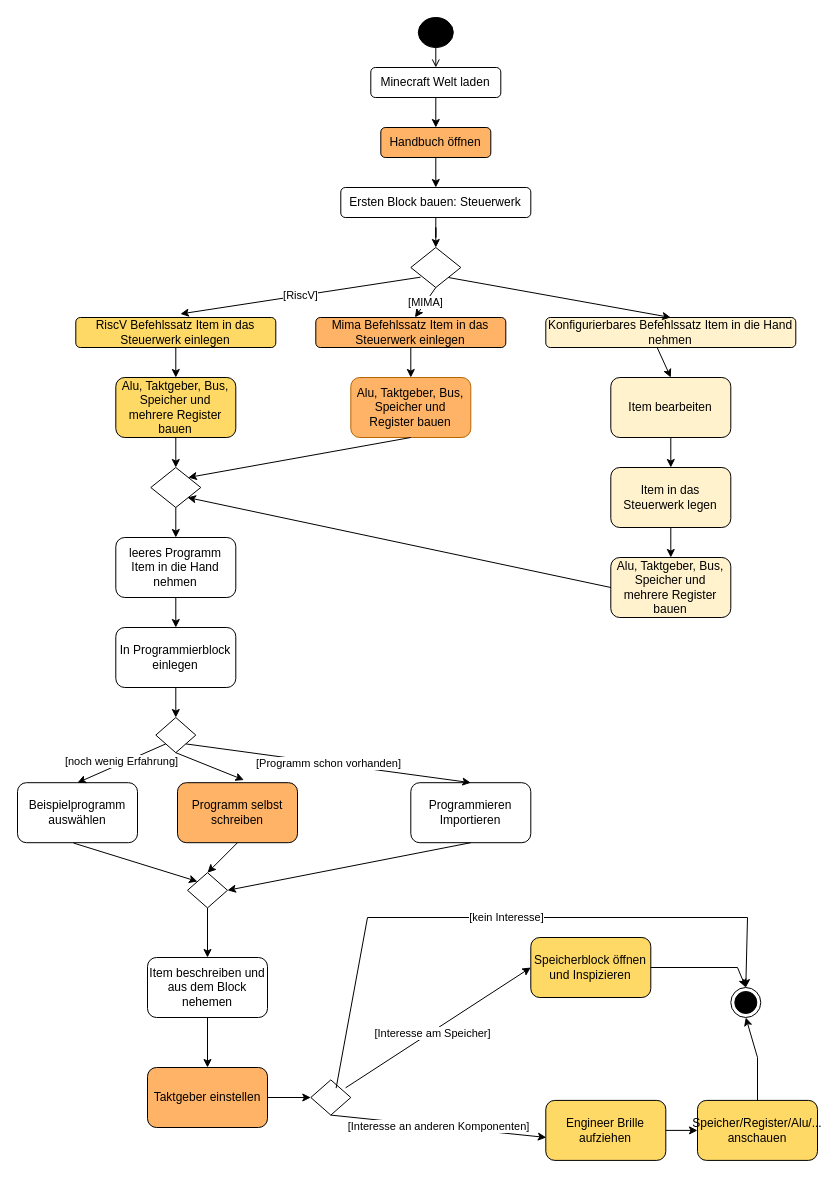
Before: Aktivität.drawio in LundiNord/RISCJ-Diagramms, a draw.io diagram. Source tidied: cells renumbered, new cells numbered last; positions are measured from the earlier drawing's top-left corner, leaving out a move shared by most shapes. Both pictures are drawn from the tidied source at 100%, with x=0, y=0 at pixel (17, 17).
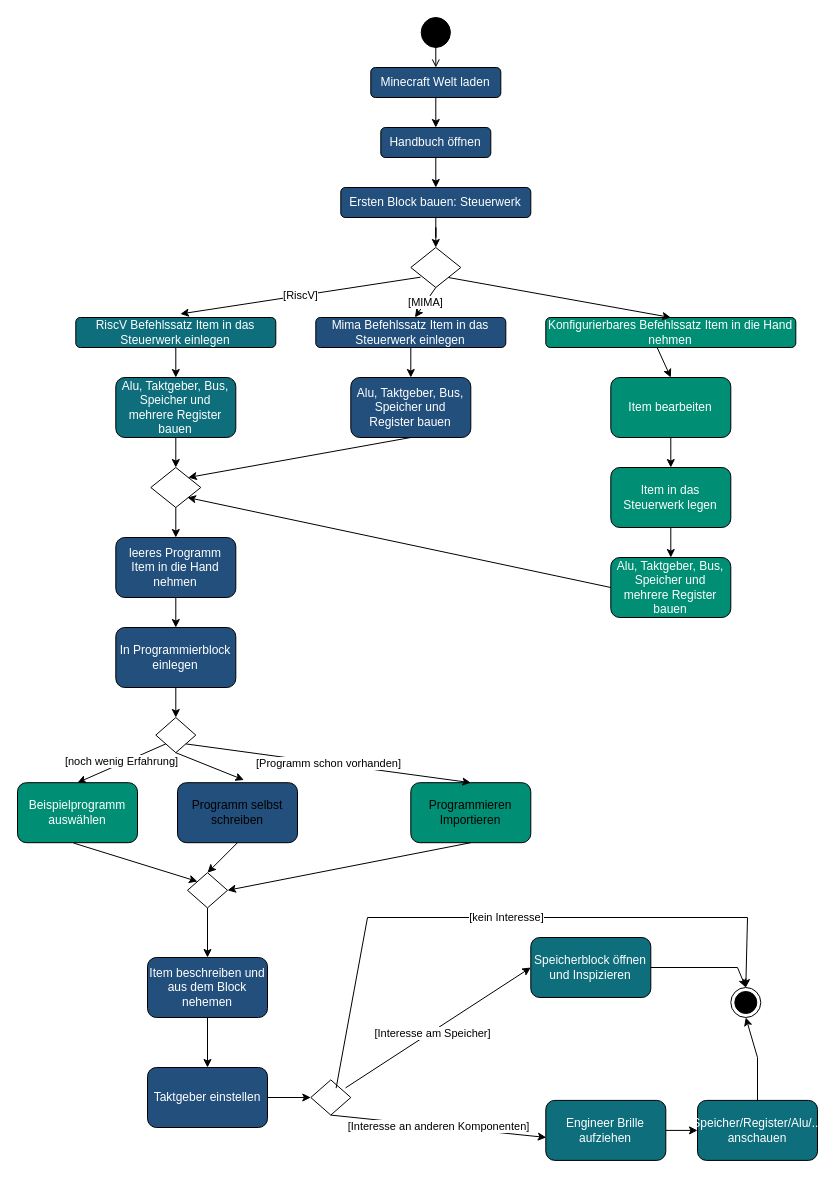
Above is the later version.

Commit message:
neue Farben

Unchanged cells that the change refers to:
```xml
<mxCell id="13" style="rhombus;whiteSpace=wrap;html=1;portConstraintRotation=1;" parent="1" vertex="1">
  <mxGeometry x="393.3" y="230" width="50" height="40" as="geometry" />
</mxCell>
```

Change to the diagram source:
```diff
@@
     <mxCell id="3" style="ellipse;fillColor=strokeColor;html=1;" parent="1" vertex="1">
-      <mxGeometry x="400.8" width="35" height="30" as="geometry" />
+      <mxGeometry x="403.7" width="29.2" height="30" as="geometry" />
     </mxCell>
-    <mxCell id="4" value="Minecraft Welt laden" style="rounded=1;whiteSpace=wrap;html=1;" parent="1" vertex="1">
+    <mxCell id="4" value="Minecraft Welt laden" style="rounded=1;whiteSpace=wrap;html=1;fillColor=#234F7C;fontColor=#FFFFFF;" parent="1" vertex="1">
       <mxGeometry x="353.3" y="50" width="130" height="30" as="geometry" />
     </mxCell>
-    <mxCell id="5" value="Handbuch öffnen" style="rounded=1;whiteSpace=wrap;html=1;fillColor=#FFB366;" parent="1" vertex="1">
+    <mxCell id="5" value="Handbuch öffnen" style="rounded=1;whiteSpace=wrap;html=1;fillColor=#234F7C;fontColor=#FFFFFF;" parent="1" vertex="1">
       <mxGeometry x="363.3" y="110" width="110" height="30" as="geometry" />
     </mxCell>
-    <mxCell id="6" style="endArrow=classic;html=1;rounded=0;entryX=0.5;entryY=0;entryDx=0;entryDy=0;exitX=0.5;exitY=1;exitDx=0;exitDy=0;noEdgeStyle=1;orthogonal=1;" parent="1" edge="1" source="4" target="5">
+    <mxCell id="6" style="endArrow=classic;html=1;rounded=0;entryX=0.5;entryY=0;entryDx=0;entryDy=0;exitX=0.5;exitY=1;exitDx=0;exitDy=0;noEdgeStyle=1;orthogonal=1;fontColor=#FFFFFF;" parent="1" edge="1" source="4" target="5">
       <mxGeometry relative="1" as="geometry" />
     </mxCell>
@@
-    <mxCell id="8" value="Ersten Block bauen: Steuerwerk" style="rounded=1;whiteSpace=wrap;html=1;" parent="1" vertex="1">
+    <mxCell id="8" value="Ersten Block bauen: Steuerwerk" style="rounded=1;whiteSpace=wrap;html=1;fillColor=#234F7C;fontColor=#FFFFFF;" parent="1" vertex="1">
       <mxGeometry x="323.3" y="170" width="190" height="30" as="geometry" />
     </mxCell>
-    <mxCell id="9" style="edgeStyle=none;jettySize=auto;html=1;rounded=0;exitX=0.5;exitY=1;exitDx=0;exitDy=0;entryX=0.5;entryY=0;entryDx=0;entryDy=0;noEdgeStyle=1;orthogonal=1;" parent="1" edge="1" source="5" target="8">
+    <mxCell id="9" style="edgeStyle=none;jettySize=auto;html=1;rounded=0;exitX=0.5;exitY=1;exitDx=0;exitDy=0;entryX=0.5;entryY=0;entryDx=0;entryDy=0;noEdgeStyle=1;orthogonal=1;fontColor=#FFFFFF;" parent="1" edge="1" source="5" target="8">
       <mxGeometry relative="1" as="geometry" />
     </mxCell>
-    <mxCell id="10" value="Mima Befehlssatz Item in das Steuerwerk einlegen" style="rounded=1;whiteSpace=wrap;html=1;fillColor=#FFB366;" parent="1" vertex="1">
+    <mxCell id="10" value="Mima Befehlssatz Item in das Steuerwerk einlegen" style="rounded=1;whiteSpace=wrap;html=1;fillColor=#234F7C;fontColor=#FFFFFF;" parent="1" vertex="1">
       <mxGeometry x="298.3" y="300" width="190" height="30" as="geometry" />
     </mxCell>
-    <mxCell id="11" value="RiscV Befehlssatz Item in das Steuerwerk einlegen" style="rounded=1;whiteSpace=wrap;html=1;fillColor=#FFD966;" parent="1" vertex="1">
+    <mxCell id="11" value="RiscV Befehlssatz Item in das Steuerwerk einlegen" style="rounded=1;whiteSpace=wrap;html=1;fillColor=#0E6E7C;fontColor=#FFFFFF;" parent="1" vertex="1">
       <mxGeometry x="58.3" y="300" width="200" height="30" as="geometry" />
     </mxCell>
-    <mxCell id="12" value="Konfigurierbares Befehlssatz Item in die Hand nehmen" style="rounded=1;whiteSpace=wrap;html=1;fillColor=#FFF2CC;" parent="1" vertex="1">
+    <mxCell id="12" value="Konfigurierbares Befehlssatz Item in die Hand nehmen" style="rounded=1;whiteSpace=wrap;html=1;fillColor=#008e74;fontColor=#FFFFFF;" parent="1" vertex="1">
       <mxGeometry x="528.3" y="300" width="250" height="30" as="geometry" />
     </mxCell>
@@
-    <mxCell id="14" value="[MIMA]" style="edgeStyle=none;jettySize=auto;html=1;rounded=0;exitX=0.5;exitY=1;exitDx=0;exitDy=0;entryX=0.522;entryY=-0.005;entryDx=0;entryDy=0;noEdgeStyle=1;orthogonal=1;entryPerimeter=0;" parent="1" edge="1" source="13" target="10">
+    <mxCell id="14" value="[MIMA]" style="edgeStyle=none;jettySize=auto;html=1;rounded=0;exitX=0.5;exitY=1;exitDx=0;exitDy=0;entryX=0.522;entryY=-0.005;entryDx=0;entryDy=0;noEdgeStyle=1;orthogonal=1;entryPerimeter=0;fontColor=#000000;" parent="1" edge="1" source="13" target="10">
       <mxGeometry relative="1" as="geometry" />
     </mxCell>
@@
-    <mxCell id="16" value="Alu, Taktgeber, Bus, Speicher und Register bauen" style="rounded=1;whiteSpace=wrap;html=1;fillColor=#FFB366;strokeColor=#b46504;" parent="1" vertex="1">
+    <mxCell id="16" value="Alu, Taktgeber, Bus, Speicher und Register bauen" style="rounded=1;whiteSpace=wrap;html=1;fillColor=#234F7C;strokeColor=#000000;fontColor=#FFFFFF;" parent="1" vertex="1">
       <mxGeometry x="333.3" y="360" width="120" height="60" as="geometry" />
     </mxCell>
-    <mxCell id="17" style="edgeStyle=none;jettySize=auto;html=1;rounded=0;exitX=0.5;exitY=1;exitDx=0;exitDy=0;entryX=0.5;entryY=0;entryDx=0;entryDy=0;noEdgeStyle=1;orthogonal=1;" parent="1" edge="1" source="10" target="16">
+    <mxCell id="17" style="edgeStyle=none;jettySize=auto;html=1;rounded=0;exitX=0.5;exitY=1;exitDx=0;exitDy=0;entryX=0.5;entryY=0;entryDx=0;entryDy=0;noEdgeStyle=1;orthogonal=1;fontColor=#FFFFFF;" parent="1" edge="1" source="10" target="16">
       <mxGeometry relative="1" as="geometry" />
     </mxCell>
-    <mxCell id="18" value="Alu, Taktgeber, Bus, Speicher und mehrere Register bauen" style="rounded=1;whiteSpace=wrap;html=1;fillColor=#FFD966;" parent="1" vertex="1">
+    <mxCell id="18" value="Alu, Taktgeber, Bus, Speicher und mehrere Register bauen" style="rounded=1;whiteSpace=wrap;html=1;fillColor=#0E6E7C;fontColor=#FFFFFF;" parent="1" vertex="1">
       <mxGeometry x="98.3" y="360" width="120" height="60" as="geometry" />
     </mxCell>
-    <mxCell id="19" style="edgeStyle=none;jettySize=auto;html=1;rounded=0;exitX=0.5;exitY=1;exitDx=0;exitDy=0;entryX=0.5;entryY=0;entryDx=0;entryDy=0;noEdgeStyle=1;orthogonal=1;" parent="1" edge="1" source="11" target="18">
+    <mxCell id="19" style="edgeStyle=none;jettySize=auto;html=1;rounded=0;exitX=0.5;exitY=1;exitDx=0;exitDy=0;entryX=0.5;entryY=0;entryDx=0;entryDy=0;noEdgeStyle=1;orthogonal=1;fontColor=#FFFFFF;" parent="1" edge="1" source="11" target="18">
       <mxGeometry relative="1" as="geometry" />
     </mxCell>
-    <mxCell id="20" value="Alu, Taktgeber, Bus, Speicher und mehrere Register bauen" style="rounded=1;whiteSpace=wrap;html=1;fillColor=#FFF2CC;" parent="1" vertex="1">
+    <mxCell id="20" value="Alu, Taktgeber, Bus, Speicher und mehrere Register bauen" style="rounded=1;whiteSpace=wrap;html=1;fillColor=#008E74;fontColor=#FFFFFF;" parent="1" vertex="1">
       <mxGeometry x="593.3" y="540" width="120" height="60" as="geometry" />
     </mxCell>
-    <mxCell id="21" style="rhombus;whiteSpace=wrap;html=1;double=0;portConstraintRotation=1;" parent="1" vertex="1">
+    <mxCell id="21" style="rhombus;whiteSpace=wrap;html=1;double=0;portConstraintRotation=1;fontColor=#FFFFFF;" parent="1" vertex="1">
       <mxGeometry x="133.3" y="450" width="50" height="40" as="geometry" />
     </mxCell>
-    <mxCell id="22" style="edgeStyle=none;jettySize=auto;html=1;rounded=0;exitX=0;exitY=0.5;exitDx=0;exitDy=0;noEdgeStyle=1;orthogonal=1;" parent="1" edge="1" source="20">
+    <mxCell id="22" style="edgeStyle=none;jettySize=auto;html=1;rounded=0;exitX=0;exitY=0.5;exitDx=0;exitDy=0;noEdgeStyle=1;orthogonal=1;fontColor=#FFFFFF;" parent="1" edge="1" source="20">
       <mxGeometry relative="1" as="geometry">
         <mxPoint x="170" y="480" as="targetPoint" />
       </mxGeometry>
     </mxCell>
-    <mxCell id="23" style="edgeStyle=none;jettySize=auto;html=1;rounded=0;exitX=0.446;exitY=1.011;exitDx=0;exitDy=0;exitPerimeter=0;entryX=0.5;entryY=0;entryDx=0;entryDy=0;noEdgeStyle=1;orthogonal=1;" parent="1" edge="1" source="12" target="28">
+    <mxCell id="23" style="edgeStyle=none;jettySize=auto;html=1;rounded=0;exitX=0.446;exitY=1.011;exitDx=0;exitDy=0;exitPerimeter=0;entryX=0.5;entryY=0;entryDx=0;entryDy=0;noEdgeStyle=1;orthogonal=1;fontColor=#FFFFFF;" parent="1" edge="1" source="12" target="28">
       <mxGeometry relative="1" as="geometry" />
     </mxCell>
-    <mxCell id="24" style="edgeStyle=none;jettySize=auto;html=1;rounded=0;exitX=0.5;exitY=1;exitDx=0;exitDy=0;entryX=1;entryY=0;entryDx=0;entryDy=0;noEdgeStyle=1;orthogonal=1;" parent="1" edge="1" source="16" target="21">
+    <mxCell id="24" style="edgeStyle=none;jettySize=auto;html=1;rounded=0;exitX=0.5;exitY=1;exitDx=0;exitDy=0;entryX=1;entryY=0;entryDx=0;entryDy=0;noEdgeStyle=1;orthogonal=1;fontColor=#FFFFFF;" parent="1" edge="1" source="16" target="21">
       <mxGeometry relative="1" as="geometry" />
     </mxCell>
-    <mxCell id="25" style="edgeStyle=none;jettySize=auto;html=1;rounded=0;exitX=0.5;exitY=1;exitDx=0;exitDy=0;entryX=0.5;entryY=0;entryDx=0;entryDy=0;noEdgeStyle=1;orthogonal=1;" parent="1" edge="1" source="18" target="21">
+    <mxCell id="25" style="edgeStyle=none;jettySize=auto;html=1;rounded=0;exitX=0.5;exitY=1;exitDx=0;exitDy=0;entryX=0.5;entryY=0;entryDx=0;entryDy=0;noEdgeStyle=1;orthogonal=1;fontColor=#FFFFFF;" parent="1" edge="1" source="18" target="21">
       <mxGeometry relative="1" as="geometry" />
     </mxCell>
-    <mxCell id="26" value="leeres Programm Item in die Hand nehmen" style="rounded=1;whiteSpace=wrap;html=1;" parent="1" vertex="1">
+    <mxCell id="26" value="leeres Programm Item in die Hand nehmen" style="rounded=1;whiteSpace=wrap;html=1;fontColor=#FFFFFF;fillColor=#234F7C;" parent="1" vertex="1">
       <mxGeometry x="98.3" y="520" width="120" height="60" as="geometry" />
     </mxCell>
-    <mxCell id="27" style="edgeStyle=none;jettySize=auto;html=1;rounded=0;entryX=0.5;entryY=0;entryDx=0;entryDy=0;exitX=0.5;exitY=1;exitDx=0;exitDy=0;noEdgeStyle=1;orthogonal=1;" parent="1" edge="1" source="21" target="26">
+    <mxCell id="27" style="edgeStyle=none;jettySize=auto;html=1;rounded=0;entryX=0.5;entryY=0;entryDx=0;entryDy=0;exitX=0.5;exitY=1;exitDx=0;exitDy=0;noEdgeStyle=1;orthogonal=1;fontColor=#FFFFFF;" parent="1" edge="1" source="21" target="26">
       <mxGeometry relative="1" as="geometry" />
     </mxCell>
-    <mxCell id="28" value="Item bearbeiten" style="rounded=1;whiteSpace=wrap;html=1;fillColor=#FFF2CC;" parent="1" vertex="1">
+    <mxCell id="28" value="Item bearbeiten" style="rounded=1;whiteSpace=wrap;html=1;fillColor=#008E74;fontColor=#FFFFFF;" parent="1" vertex="1">
       <mxGeometry x="593.3" y="360" width="120" height="60" as="geometry" />
     </mxCell>
-    <mxCell id="29" value="Item in das Steuerwerk legen" style="rounded=1;whiteSpace=wrap;html=1;fillColor=#FFF2CC;" parent="1" vertex="1">
+    <mxCell id="29" value="Item in das Steuerwerk legen" style="rounded=1;whiteSpace=wrap;html=1;fillColor=#008E74;fontColor=#FFFFFF;" parent="1" vertex="1">
       <mxGeometry x="593.3" y="450" width="120" height="60" as="geometry" />
     </mxCell>
-    <mxCell id="30" style="edgeStyle=none;jettySize=auto;html=1;rounded=0;exitX=0.5;exitY=1;exitDx=0;exitDy=0;entryX=0.5;entryY=0;entryDx=0;entryDy=0;noEdgeStyle=1;orthogonal=1;" parent="1" edge="1" source="28" target="29">
+    <mxCell id="30" style="edgeStyle=none;jettySize=auto;html=1;rounded=0;exitX=0.5;exitY=1;exitDx=0;exitDy=0;entryX=0.5;entryY=0;entryDx=0;entryDy=0;noEdgeStyle=1;orthogonal=1;fontColor=#FFFFFF;" parent="1" edge="1" source="28" target="29">
       <mxGeometry relative="1" as="geometry" />
     </mxCell>
-    <mxCell id="31" style="edgeStyle=none;jettySize=auto;html=1;rounded=0;exitX=0.5;exitY=1;exitDx=0;exitDy=0;entryX=0.5;entryY=0;entryDx=0;entryDy=0;noEdgeStyle=1;orthogonal=1;" parent="1" edge="1" source="29" target="20">
+    <mxCell id="31" style="edgeStyle=none;jettySize=auto;html=1;rounded=0;exitX=0.5;exitY=1;exitDx=0;exitDy=0;entryX=0.5;entryY=0;entryDx=0;entryDy=0;noEdgeStyle=1;orthogonal=1;fontColor=#FFFFFF;" parent="1" edge="1" source="29" target="20">
       <mxGeometry relative="1" as="geometry" />
     </mxCell>
-    <mxCell id="32" value="In Programmierblock einlegen" style="rounded=1;whiteSpace=wrap;html=1;" parent="1" vertex="1">
+    <mxCell id="32" value="In Programmierblock einlegen" style="rounded=1;whiteSpace=wrap;html=1;fillColor=#234F7C;fontColor=#FFFFFF;" parent="1" vertex="1">
       <mxGeometry x="98.3" y="610" width="120" height="60" as="geometry" />
     </mxCell>
-    <mxCell id="33" style="edgeStyle=none;jettySize=auto;html=1;rounded=0;exitX=0.5;exitY=1;exitDx=0;exitDy=0;noEdgeStyle=1;orthogonal=1;" parent="1" edge="1" source="26" target="32">
+    <mxCell id="33" style="edgeStyle=none;jettySize=auto;html=1;rounded=0;exitX=0.5;exitY=1;exitDx=0;exitDy=0;noEdgeStyle=1;orthogonal=1;fontColor=#FFFFFF;" parent="1" edge="1" source="26" target="32">
       <mxGeometry relative="1" as="geometry" />
     </mxCell>
-    <mxCell id="34" value="Beispielprogramm auswählen" style="rounded=1;whiteSpace=wrap;html=1;" parent="1" vertex="1">
+    <mxCell id="34" value="Beispielprogramm auswählen" style="rounded=1;whiteSpace=wrap;html=1;fontColor=#FFFFFF;fillColor=#008E74;" parent="1" vertex="1">
       <mxGeometry y="765.2" width="120" height="60" as="geometry" />
     </mxCell>
@@
-    <mxCell id="37" value="Programm selbst schreiben" style="rounded=1;whiteSpace=wrap;html=1;fillColor=#FFB366;" parent="1" vertex="1">
+    <mxCell id="37" value="Programm selbst schreiben" style="rounded=1;whiteSpace=wrap;html=1;fillColor=#234F7C;" parent="1" vertex="1">
       <mxGeometry x="160" y="765.2" width="120" height="60" as="geometry" />
     </mxCell>
@@
-    <mxCell id="41" value="Programmieren Importieren" style="rounded=1;whiteSpace=wrap;html=1;" parent="1" vertex="1">
+    <mxCell id="41" value="Programmieren Importieren" style="rounded=1;whiteSpace=wrap;html=1;fillColor=#008E74;" parent="1" vertex="1">
       <mxGeometry x="393.3" y="765.2" width="120" height="60" as="geometry" />
     </mxCell>
@@
-    <mxCell id="48" value="Item beschreiben und aus dem Block nehemen" style="rounded=1;whiteSpace=wrap;html=1;" parent="1" vertex="1">
+    <mxCell id="48" value="Item beschreiben und aus dem Block nehemen" style="rounded=1;whiteSpace=wrap;html=1;fillColor=#234F7C;fontColor=#FFFFFF;" parent="1" vertex="1">
       <mxGeometry x="130" y="940" width="120" height="60" as="geometry" />
     </mxCell>
@@
-    <mxCell id="50" value="Taktgeber einstellen" style="rounded=1;whiteSpace=wrap;html=1;fillColor=#FFB366;" parent="1" vertex="1">
+    <mxCell id="50" value="Taktgeber einstellen" style="rounded=1;whiteSpace=wrap;html=1;fillColor=#234F7C;fontColor=#FFFFFF;" parent="1" vertex="1">
       <mxGeometry x="130" y="1050" width="120" height="60" as="geometry" />
     </mxCell>
-    <mxCell id="51" style="edgeStyle=none;jettySize=auto;html=1;rounded=0;exitX=0.5;exitY=1;exitDx=0;exitDy=0;entryX=0.5;entryY=0;entryDx=0;entryDy=0;noEdgeStyle=1;orthogonal=1;" parent="1" edge="1" source="48" target="50">
+    <mxCell id="51" style="edgeStyle=none;jettySize=auto;html=1;rounded=0;exitX=0.5;exitY=1;exitDx=0;exitDy=0;entryX=0.5;entryY=0;entryDx=0;entryDy=0;noEdgeStyle=1;orthogonal=1;fontColor=#FFFFFF;" parent="1" edge="1" source="48" target="50">
       <mxGeometry relative="1" as="geometry" />
     </mxCell>
@@
-    <mxCell id="54" value="Speicherblock öffnen und Inspizieren" style="rounded=1;whiteSpace=wrap;html=1;fillColor=#FFD966;" parent="1" vertex="1">
+    <mxCell id="54" value="Speicherblock öffnen und Inspizieren" style="rounded=1;whiteSpace=wrap;html=1;fillColor=#0E6E7C;fontColor=#FFFFFF;" parent="1" vertex="1">
       <mxGeometry x="513.3" y="920" width="120" height="60" as="geometry" />
     </mxCell>
@@
-    <mxCell id="57" value="Engineer Brille aufziehen" style="rounded=1;whiteSpace=wrap;html=1;fillColor=#FFD966;" parent="1" vertex="1">
+    <mxCell id="57" value="Engineer Brille aufziehen" style="rounded=1;whiteSpace=wrap;html=1;fillColor=#0E6E7C;fontColor=#FFFFFF;" parent="1" vertex="1">
       <mxGeometry x="528.3" y="1082.9" width="120" height="60" as="geometry" />
     </mxCell>
@@
-    <mxCell id="59" value="Speicher/Register/Alu/... anschauen" style="rounded=1;whiteSpace=wrap;html=1;fillColor=#FFD966;" parent="1" vertex="1">
+    <mxCell id="59" value="Speicher/Register/Alu/... anschauen" style="rounded=1;whiteSpace=wrap;html=1;fillColor=#0E6E7C;fontColor=#FFFFFF;" parent="1" vertex="1">
       <mxGeometry x="680" y="1082.9" width="120" height="60" as="geometry" />
     </mxCell>
-    <mxCell id="60" style="edgeStyle=none;jettySize=auto;html=1;rounded=0;exitX=1;exitY=0.5;exitDx=0;exitDy=0;entryX=0;entryY=0.5;entryDx=0;entryDy=0;noEdgeStyle=1;orthogonal=1;" parent="1" edge="1" source="57" target="59">
+    <mxCell id="60" style="edgeStyle=none;jettySize=auto;html=1;rounded=0;exitX=1;exitY=0.5;exitDx=0;exitDy=0;entryX=0;entryY=0.5;entryDx=0;entryDy=0;noEdgeStyle=1;orthogonal=1;fontColor=#FFFFFF;" parent="1" edge="1" source="57" target="59">
       <mxGeometry relative="1" as="geometry" />
     </mxCell>
-    <mxCell id="61" style="ellipse;html=1;shape=endState;fillColor=strokeColor;" parent="1" vertex="1">
+    <mxCell id="61" style="ellipse;html=1;shape=endState;fillColor=strokeColor;fontColor=#FFFFFF;" parent="1" vertex="1">
       <mxGeometry x="713.3" y="970" width="30" height="30" as="geometry" />
     </mxCell>
-    <mxCell id="62" style="edgeStyle=none;jettySize=auto;html=1;rounded=0;exitX=1;exitY=0.5;exitDx=0;exitDy=0;entryX=0.5;entryY=0;entryDx=0;entryDy=0;" parent="1" edge="1" source="54" target="61">
+    <mxCell id="62" style="edgeStyle=none;jettySize=auto;html=1;rounded=0;exitX=1;exitY=0.5;exitDx=0;exitDy=0;entryX=0.5;entryY=0;entryDx=0;entryDy=0;fontColor=#FFFFFF;" parent="1" edge="1" source="54" target="61">
       <mxGeometry relative="1" as="geometry">
         <Array as="points">
           <mxPoint x="720" y="950" />
         </Array>
       </mxGeometry>
     </mxCell>
-    <mxCell id="63" style="edgeStyle=none;jettySize=auto;html=1;rounded=0;exitX=0.5;exitY=0;exitDx=0;exitDy=0;entryX=0.5;entryY=1;entryDx=0;entryDy=0;" parent="1" edge="1" source="59" target="61">
+    <mxCell id="63" style="edgeStyle=none;jettySize=auto;html=1;rounded=0;exitX=0.5;exitY=0;exitDx=0;exitDy=0;entryX=0.5;entryY=1;entryDx=0;entryDy=0;fontColor=#FFFFFF;" parent="1" edge="1" source="59" target="61">
       <mxGeometry relative="1" as="geometry">
         <Array as="points">
           <mxPoint x="740" y="1040" />
         </Array>
       </mxGeometry>
     </mxCell>
```
